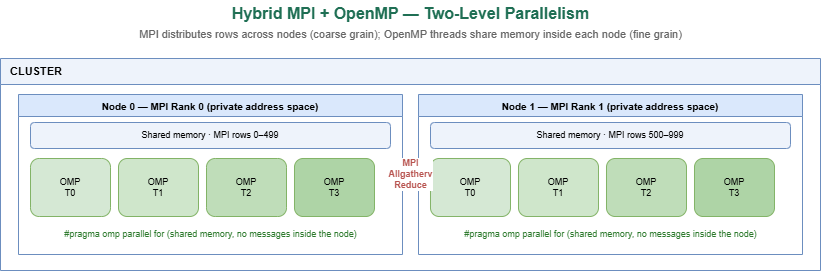
Before: analysis_diagrams/drawio/png/diagram_06_hybrid_mpi_openmp.png, a diagram exported from draw.io (Ashfaq-Riyaldeen/hpc-mine). Source tidied: cells renumbered, new cells last; positions are measured from the earlier drawing's top-left corner, leaving out a move shared by most shapes.
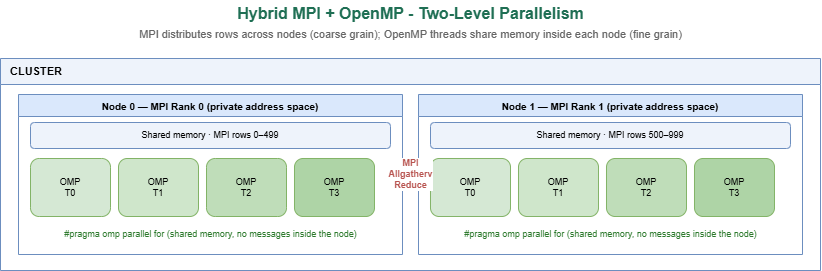
Later version of the same file.

What changed in the source:
```diff
@@ -2,7 +2,7 @@
   <root>
     <mxCell id="0" />
     <mxCell id="1" parent="0" />
-    <mxCell id="2" value="Hybrid MPI + OpenMP — Two-Level Parallelism" style="text;html=1;align=center;verticalAlign=middle;fontStyle=1;fontSize=16;fontColor=#1f6f54;" parent="1" vertex="1">
+    <mxCell id="2" value="Hybrid MPI + OpenMP - Two-Level Parallelism" style="text;html=1;align=center;verticalAlign=middle;fontStyle=1;fontSize=16;fontColor=#1f6f54;" parent="1" vertex="1">
       <mxGeometry x="110" width="600" height="26" as="geometry" />
     </mxCell>
     <mxCell id="3" value="MPI distributes rows across nodes (coarse grain); OpenMP threads share memory inside each node (fine grain)" style="text;html=1;align=center;verticalAlign=middle;fontSize=11;fontColor=#666666;" parent="1" vertex="1">
```
